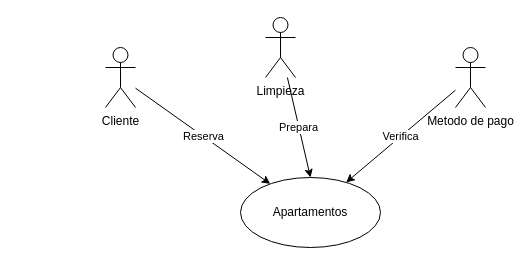
Yugurto7/Logirail-Project keeps this draw.io diagram as diagrama.drawio. Above is the earlier version. Source tidied: cells renumbered, new cells numbered last; positions are measured from the earlier drawing's top-left corner, leaving out a move shared by most shapes. Both pictures are drawn from the tidied source at 100%, with x=0, y=0 at pixel (105, 17).
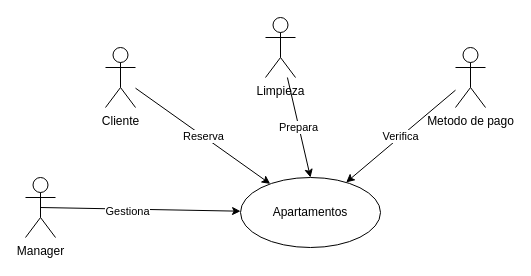
After the change.

Diff of the diagram source:
```diff
@@
 <mxGraphModel>
   <root>
     <mxCell id="0" />
     <mxCell id="1" parent="0" />
     <mxCell id="2" value="Apartamentos" style="ellipse;whiteSpace=wrap;html=1;" parent="1" vertex="1">
       <mxGeometry x="135" y="160" width="140" height="70" as="geometry" />
     </mxCell>
     <mxCell id="3" value="Reserva" style="edgeStyle=none;html=1;" parent="1" edge="1" source="4" target="2">
       <mxGeometry relative="1" as="geometry" />
     </mxCell>
     <mxCell id="4" value="Cliente&lt;br&gt;" style="shape=umlActor;verticalLabelPosition=bottom;verticalAlign=top;html=1;" parent="1" vertex="1">
       <mxGeometry y="30" width="30" height="60" as="geometry" />
     </mxCell>
     <mxCell id="5" value="Prepara" style="edgeStyle=none;html=1;entryX=0.5;entryY=0;entryDx=0;entryDy=0;" parent="1" edge="1" source="6" target="2">
       <mxGeometry relative="1" as="geometry" />
     </mxCell>
     <mxCell id="6" value="Limpieza&lt;br&gt;" style="shape=umlActor;verticalLabelPosition=bottom;verticalAlign=top;html=1;" parent="1" vertex="1">
       <mxGeometry x="160" width="30" height="60" as="geometry" />
     </mxCell>
     <mxCell id="7" value="Verifica" style="edgeStyle=none;html=1;" parent="1" edge="1" source="8" target="2">
       <mxGeometry relative="1" as="geometry" />
     </mxCell>
     <mxCell id="8" value="Metodo de pago&lt;br&gt;" style="shape=umlActor;verticalLabelPosition=bottom;verticalAlign=top;html=1;" parent="1" vertex="1">
       <mxGeometry x="350" y="30" width="30" height="60" as="geometry" />
     </mxCell>
+    <mxCell id="9" style="edgeStyle=none;html=1;exitX=0.5;exitY=0.5;exitDx=0;exitDy=0;exitPerimeter=0;" parent="1" edge="1" source="11" target="2">
+      <mxGeometry relative="1" as="geometry" />
+    </mxCell>
+    <mxCell id="10" value="Gestiona" style="edgeLabel;html=1;align=center;verticalAlign=middle;" parent="9" vertex="1">
+      <mxGeometry x="-0.13" y="-2" relative="1" as="geometry" />
+    </mxCell>
+    <mxCell id="11" value="Manager" style="shape=umlActor;verticalLabelPosition=bottom;verticalAlign=top;html=1;" parent="1" vertex="1">
+      <mxGeometry x="-80" y="160" width="30" height="60" as="geometry" />
+    </mxCell>
   </root>
 </mxGraphModel>
```
